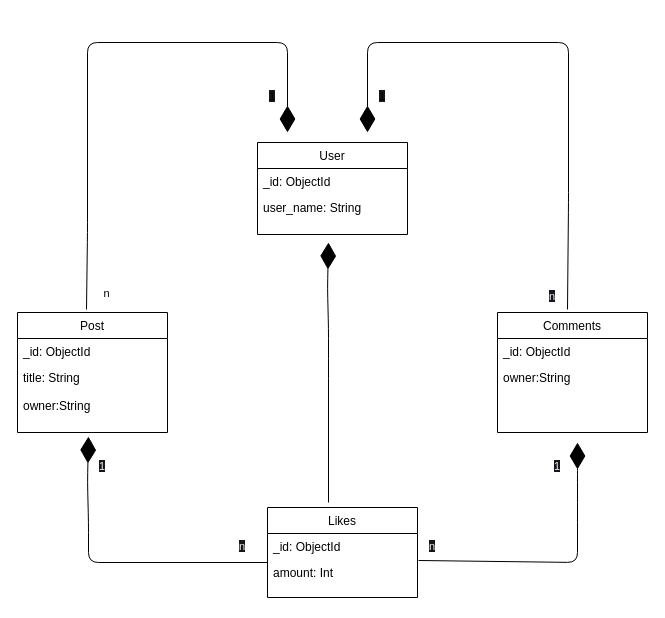
This is docs/NoAM.drawio from FatecFranca/DSM-G02-PI3-2024-2, a draw.io file, before an edit. Source tidied: cells renumbered, new cells numbered last; positions are measured from the earlier drawing's top-left corner, leaving out a move shared by most shapes. Both pictures are drawn from the tidied source at 100%, with x=0, y=0 at pixel (17, 42).
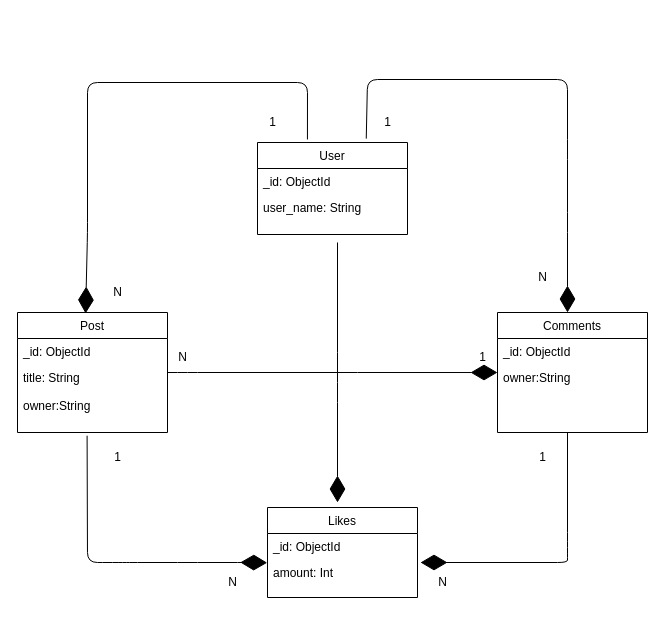
After the change.

Unchanged cells that the change refers to:
```xml
<mxCell id="2" value="User" style="swimlane;fontStyle=0;horizontal=1;startSize=26;fillColor=none;" parent="1" vertex="1">
  <mxGeometry x="240" y="100" width="150" height="92" as="geometry" />
</mxCell>
<mxCell id="5" value="Post" style="swimlane;fontStyle=0;horizontal=1;startSize=26;fillColor=none;" parent="1" vertex="1">
  <mxGeometry y="270" width="150" height="120" as="geometry" />
</mxCell>
<mxCell id="7" value="title: String&#10;&#10;owner:String&#10;&#10;&#10;" style="text;strokeColor=none;fillColor=none;align=left;verticalAlign=top;spacingLeft=4;spacingRight=4;overflow=hidden;points=[[0,0.5],[1,0.5]];portConstraint=eastwest;" parent="5" vertex="1">
  <mxGeometry y="52" width="150" height="68" as="geometry" />
</mxCell>
<mxCell id="10" value="owner:String&#10;" style="text;strokeColor=none;fillColor=none;align=left;verticalAlign=top;spacingLeft=4;spacingRight=4;overflow=hidden;points=[[0,0.5],[1,0.5]];portConstraint=eastwest;" parent="8" vertex="1">
  <mxGeometry y="52" width="150" height="68" as="geometry" />
</mxCell>
<mxCell id="11" value="Likes" style="swimlane;fontStyle=0;horizontal=1;startSize=26;fillColor=none;" parent="1" vertex="1">
  <mxGeometry x="250" y="465" width="150" height="90" as="geometry" />
</mxCell>
<mxCell id="14" value="amount: Int&#10;&#10;&#10;&#10;" style="text;strokeColor=none;fillColor=none;align=left;verticalAlign=top;spacingLeft=4;spacingRight=4;overflow=hidden;points=[[0,0.5],[1,0.5]];portConstraint=eastwest;" parent="11" vertex="1">
  <mxGeometry y="52" width="150" height="38" as="geometry" />
</mxCell>
```

What changed in the source:
```diff
@@
-    <mxCell id="13" style="endArrow=diamondThin;endFill=1;endSize=24;html=1;exitX=1.007;exitY=0.026;exitDx=0;exitDy=0;exitPerimeter=0;" parent="11" edge="1" source="14">
-      <mxGeometry relative="1" as="geometry">
-        <mxPoint x="310" y="-65" as="targetPoint" />
-        <Array as="points">
-          <mxPoint x="310" y="55" />
-          <mxPoint x="310" y="5" />
-          <mxPoint x="310" y="-35" />
-        </Array>
-      </mxGeometry>
-    </mxCell>
@@
-    <mxCell id="15" style="endArrow=diamondThin;endFill=1;endSize=24;html=1;exitX=0.46;exitY=-0.025;exitDx=0;exitDy=0;exitPerimeter=0;" parent="1" edge="1" source="5">
+    <mxCell id="15" style="endArrow=diamondThin;endFill=1;endSize=24;html=1;exitX=0.333;exitY=-0.033;exitDx=0;exitDy=0;exitPerimeter=0;entryX=0.454;entryY=0.008;entryDx=0;entryDy=0;entryPerimeter=0;" parent="1" edge="1" source="2" target="5">
       <mxGeometry relative="1" as="geometry">
-        <mxPoint x="270" y="90" as="targetPoint" />
         <Array as="points">
+          <mxPoint x="290" y="40" />
+          <mxPoint x="70" y="40" />
           <mxPoint x="70" y="190" />
-          <mxPoint x="70" />
-          <mxPoint x="270" />
         </Array>
       </mxGeometry>
     </mxCell>
-    <mxCell id="16" style="endArrow=diamondThin;endFill=1;endSize=24;html=1;exitX=0.46;exitY=-0.025;exitDx=0;exitDy=0;exitPerimeter=0;" parent="1" edge="1">
+    <mxCell id="16" style="endArrow=diamondThin;endFill=1;endSize=24;html=1;exitX=0.725;exitY=-0.042;exitDx=0;exitDy=0;exitPerimeter=0;" parent="1" edge="1" source="2">
       <mxGeometry relative="1" as="geometry">
-        <mxPoint x="550" y="267" as="sourcePoint" />
-        <mxPoint x="350" y="90" as="targetPoint" />
+        <mxPoint x="550" y="270" as="targetPoint" />
         <Array as="points">
-          <mxPoint x="551" y="160" />
-          <mxPoint x="551" />
-          <mxPoint x="350" />
+          <mxPoint x="350" y="37" />
+          <mxPoint x="550" y="37" />
+          <mxPoint x="550" y="107" />
+          <mxPoint x="550" y="180" />
         </Array>
       </mxGeometry>
     </mxCell>
-    <mxCell id="17" style="endArrow=diamondThin;endFill=1;endSize=24;html=1;entryX=0.473;entryY=1.059;entryDx=0;entryDy=0;entryPerimeter=0;" parent="1" edge="1" target="7">
-      <mxGeometry relative="1" as="geometry">
-        <mxPoint x="250" y="520" as="sourcePoint" />
-        <Array as="points">
-          <mxPoint x="71" y="520" />
-          <mxPoint x="71" y="480" />
-          <mxPoint x="70" y="440" />
-        </Array>
-      </mxGeometry>
-    </mxCell>
-    <mxCell id="18" style="endArrow=diamondThin;endFill=1;endSize=24;html=1;entryX=0.473;entryY=1.059;entryDx=0;entryDy=0;entryPerimeter=0;" parent="1" edge="1">
+    <mxCell id="18" style="endArrow=diamondThin;endFill=1;endSize=24;html=1;" parent="1" edge="1">
       <mxGeometry relative="1" as="geometry">
-        <mxPoint x="311" y="460" as="sourcePoint" />
-        <mxPoint x="311" y="200" as="targetPoint" />
+        <mxPoint x="320" y="200" as="sourcePoint" />
+        <mxPoint x="320" y="460" as="targetPoint" />
         <Array as="points">
-          <mxPoint x="311" y="326" />
-          <mxPoint x="311" y="286" />
-          <mxPoint x="310" y="246" />
+          <mxPoint x="320" y="320" />
+          <mxPoint x="320" y="350" />
         </Array>
       </mxGeometry>
     </mxCell>
-    <mxCell id="19" value="n" style="edgeLabel;html=1;align=center;verticalAlign=middle;" parent="1" vertex="1">
-      <mxGeometry x="155" y="283.5" as="geometry">
-        <mxPoint x="-67" y="-33" as="offset" />
-      </mxGeometry>
-    </mxCell>
-    <mxCell id="20" value="&lt;div style=&quot;text-align: center;&quot;&gt;&lt;span style=&quot;font-size: 11px; background-color: rgb(24, 20, 29);&quot;&gt;1&lt;/span&gt;&lt;/div&gt;" style="text;whiteSpace=wrap;html=1;" parent="1" vertex="1">
-      <mxGeometry x="250" y="40" width="30" height="40" as="geometry" />
-    </mxCell>
-    <mxCell id="21" value="&lt;div style=&quot;text-align: center;&quot;&gt;&lt;span style=&quot;font-size: 11px; background-color: rgb(24, 20, 29);&quot;&gt;1&lt;/span&gt;&lt;br&gt;&lt;/div&gt;" style="text;whiteSpace=wrap;html=1;" parent="1" vertex="1">
-      <mxGeometry x="360" y="40" width="30" height="40" as="geometry" />
-    </mxCell>
-    <mxCell id="22" value="&lt;span style=&quot;color: rgb(240, 240, 240); font-family: Helvetica; font-size: 11px; font-style: normal; font-variant-ligatures: normal; font-variant-caps: normal; font-weight: 400; letter-spacing: normal; orphans: 2; text-align: center; text-indent: 0px; text-transform: none; widows: 2; word-spacing: 0px; -webkit-text-stroke-width: 0px; background-color: rgb(24, 20, 29); text-decoration-thickness: initial; text-decoration-style: initial; text-decoration-color: initial; float: none; display: inline !important;&quot;&gt;n&lt;/span&gt;" style="text;whiteSpace=wrap;html=1;" parent="1" vertex="1">
-      <mxGeometry x="530" y="240" width="40" height="40" as="geometry" />
-    </mxCell>
-    <mxCell id="23" value="&lt;span style=&quot;color: rgb(240, 240, 240); font-family: Helvetica; font-size: 11px; font-style: normal; font-variant-ligatures: normal; font-variant-caps: normal; font-weight: 400; letter-spacing: normal; orphans: 2; text-align: center; text-indent: 0px; text-transform: none; widows: 2; word-spacing: 0px; -webkit-text-stroke-width: 0px; background-color: rgb(24, 20, 29); text-decoration-thickness: initial; text-decoration-style: initial; text-decoration-color: initial; float: none; display: inline !important;&quot;&gt;n&lt;/span&gt;" style="text;whiteSpace=wrap;html=1;" parent="1" vertex="1">
-      <mxGeometry x="220" y="490" width="40" height="40" as="geometry" />
-    </mxCell>
-    <mxCell id="24" value="&lt;span style=&quot;color: rgb(240, 240, 240); font-family: Helvetica; font-size: 11px; font-style: normal; font-variant-ligatures: normal; font-variant-caps: normal; font-weight: 400; letter-spacing: normal; orphans: 2; text-align: center; text-indent: 0px; text-transform: none; widows: 2; word-spacing: 0px; -webkit-text-stroke-width: 0px; background-color: rgb(24, 20, 29); text-decoration-thickness: initial; text-decoration-style: initial; text-decoration-color: initial; float: none; display: inline !important;&quot;&gt;1&lt;/span&gt;" style="text;whiteSpace=wrap;html=1;" parent="1" vertex="1">
-      <mxGeometry x="80" y="410" width="40" height="40" as="geometry" />
-    </mxCell>
-    <mxCell id="25" value="&lt;span style=&quot;color: rgb(240, 240, 240); font-family: Helvetica; font-size: 11px; font-style: normal; font-variant-ligatures: normal; font-variant-caps: normal; font-weight: 400; letter-spacing: normal; orphans: 2; text-align: center; text-indent: 0px; text-transform: none; widows: 2; word-spacing: 0px; -webkit-text-stroke-width: 0px; background-color: rgb(24, 20, 29); text-decoration-thickness: initial; text-decoration-style: initial; text-decoration-color: initial; float: none; display: inline !important;&quot;&gt;n&lt;/span&gt;" style="text;whiteSpace=wrap;html=1;" parent="1" vertex="1">
-      <mxGeometry x="410" y="490" width="40" height="40" as="geometry" />
-    </mxCell>
-    <mxCell id="26" value="&lt;span style=&quot;color: rgb(240, 240, 240); font-family: Helvetica; font-size: 11px; font-style: normal; font-variant-ligatures: normal; font-variant-caps: normal; font-weight: 400; letter-spacing: normal; orphans: 2; text-align: center; text-indent: 0px; text-transform: none; widows: 2; word-spacing: 0px; -webkit-text-stroke-width: 0px; background-color: rgb(24, 20, 29); text-decoration-thickness: initial; text-decoration-style: initial; text-decoration-color: initial; float: none; display: inline !important;&quot;&gt;1&lt;/span&gt;" style="text;whiteSpace=wrap;html=1;" parent="1" vertex="1">
-      <mxGeometry x="535" y="410" width="40" height="40" as="geometry" />
-    </mxCell>
+    <mxCell id="13" style="endArrow=diamondThin;endFill=1;endSize=24;html=1;entryX=0.5;entryY=0.75;entryDx=0;entryDy=0;entryPerimeter=0;" parent="1" edge="1">
+      <mxGeometry relative="1" as="geometry">
+        <mxPoint x="550" y="390" as="sourcePoint" />
+        <mxPoint x="430" y="520" as="targetPoint" />
+        <Array as="points">
+          <mxPoint x="550" y="500" />
+          <mxPoint x="550" y="510" />
+          <mxPoint x="550" y="520" />
+          <mxPoint x="410" y="520" />
+        </Array>
+      </mxGeometry>
+    </mxCell>
+    <mxCell id="27" value="1" style="text;html=1;align=center;verticalAlign=middle;strokeColor=none;fillColor=none;" parent="1" vertex="1">
+      <mxGeometry x="355" y="65" width="30" height="30" as="geometry" />
+    </mxCell>
+    <mxCell id="28" value="1" style="text;html=1;align=center;verticalAlign=middle;strokeColor=none;fillColor=none;" parent="1" vertex="1">
+      <mxGeometry x="240" y="65" width="30" height="30" as="geometry" />
+    </mxCell>
+    <mxCell id="29" value="N" style="text;html=1;align=center;verticalAlign=middle;strokeColor=none;fillColor=none;" parent="1" vertex="1">
+      <mxGeometry x="85" y="235" width="30" height="30" as="geometry" />
+    </mxCell>
+    <mxCell id="30" value="1" style="text;html=1;align=center;verticalAlign=middle;strokeColor=none;fillColor=none;" parent="1" vertex="1">
+      <mxGeometry x="85" y="400" width="30" height="30" as="geometry" />
+    </mxCell>
+    <mxCell id="31" value="N" style="text;html=1;align=center;verticalAlign=middle;strokeColor=none;fillColor=none;" parent="1" vertex="1">
+      <mxGeometry x="200" y="525" width="30" height="30" as="geometry" />
+    </mxCell>
+    <mxCell id="32" value="N" style="text;html=1;align=center;verticalAlign=middle;strokeColor=none;fillColor=none;" parent="1" vertex="1">
+      <mxGeometry x="410" y="525" width="30" height="30" as="geometry" />
+    </mxCell>
+    <mxCell id="33" style="endArrow=diamondThin;endFill=1;endSize=24;html=1;exitX=0.464;exitY=1.047;exitDx=0;exitDy=0;exitPerimeter=0;entryX=-0.002;entryY=0.085;entryDx=0;entryDy=0;entryPerimeter=0;" parent="1" edge="1" source="7" target="14">
+      <mxGeometry relative="1" as="geometry">
+        <Array as="points">
+          <mxPoint x="70" y="520" />
+          <mxPoint x="90" y="520" />
+          <mxPoint x="100" y="520" />
+          <mxPoint x="110" y="520" />
+          <mxPoint x="170" y="520" />
+          <mxPoint x="230" y="520" />
+        </Array>
+      </mxGeometry>
+    </mxCell>
+    <mxCell id="34" value="1" style="text;html=1;align=center;verticalAlign=middle;strokeColor=none;fillColor=none;" parent="1" vertex="1">
+      <mxGeometry x="510" y="400" width="30" height="30" as="geometry" />
+    </mxCell>
+    <mxCell id="35" value="N" style="text;html=1;align=center;verticalAlign=middle;strokeColor=none;fillColor=none;" parent="1" vertex="1">
+      <mxGeometry x="510" y="220" width="30" height="30" as="geometry" />
+    </mxCell>
+    <mxCell id="36" style="endArrow=diamondThin;endFill=1;endSize=24;html=1;exitX=1;exitY=0.118;exitDx=0;exitDy=0;exitPerimeter=0;entryX=0;entryY=0.118;entryDx=0;entryDy=0;entryPerimeter=0;" parent="1" edge="1" source="7" target="10">
+      <mxGeometry relative="1" as="geometry">
+        <Array as="points">
+          <mxPoint x="170" y="330" />
+          <mxPoint x="330" y="330" />
+        </Array>
+      </mxGeometry>
+    </mxCell>
+    <mxCell id="37" value="N" style="text;html=1;align=center;verticalAlign=middle;strokeColor=none;fillColor=none;" parent="1" vertex="1">
+      <mxGeometry x="150" y="300" width="30" height="30" as="geometry" />
+    </mxCell>
+    <mxCell id="38" value="1" style="text;html=1;align=center;verticalAlign=middle;strokeColor=none;fillColor=none;" parent="1" vertex="1">
+      <mxGeometry x="450" y="300" width="30" height="30" as="geometry" />
+    </mxCell>
```
